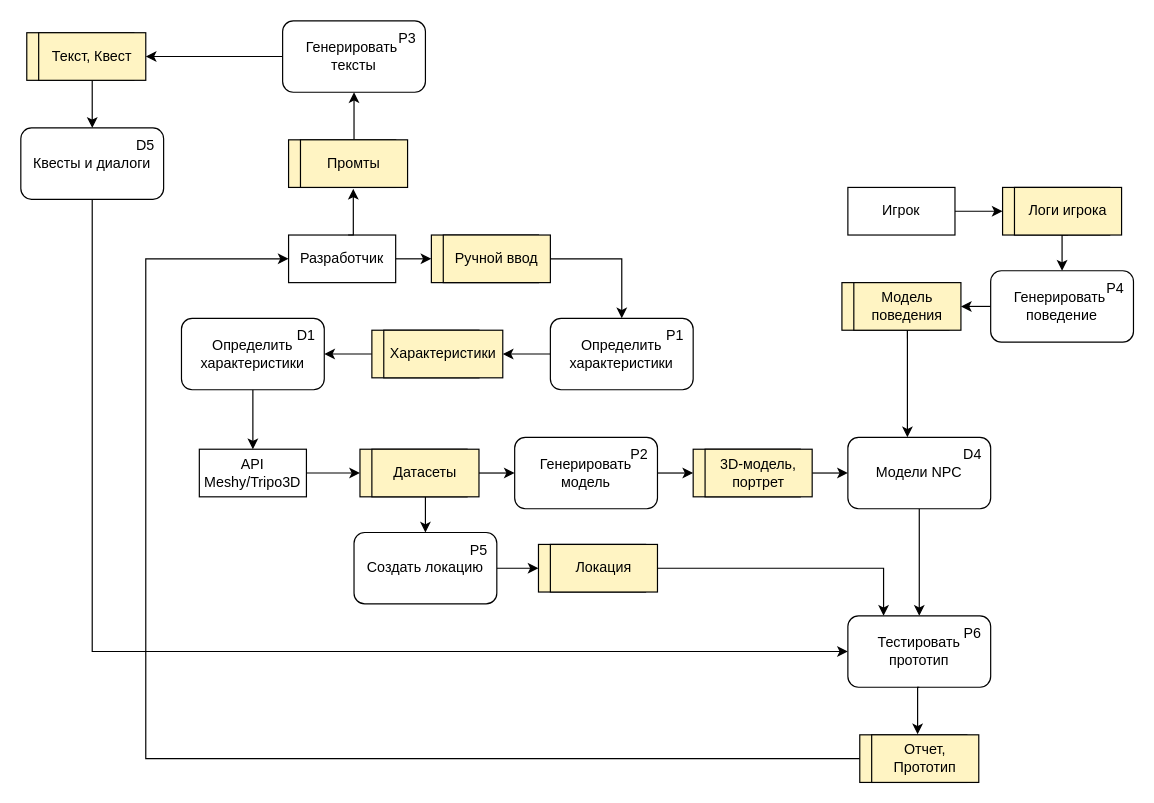
The draw.io diagram DFD(Гейна-Сарсона).drawio in Slavik993/Diplom_Shebanov_2026, before the edit. Source tidied: cells renumbered, new cells numbered last; positions are measured from the earlier drawing's top-left corner, leaving out a move shared by most shapes. Both pictures are drawn from the tidied source at 119%, with x=0, y=0 at pixel (20, 20).
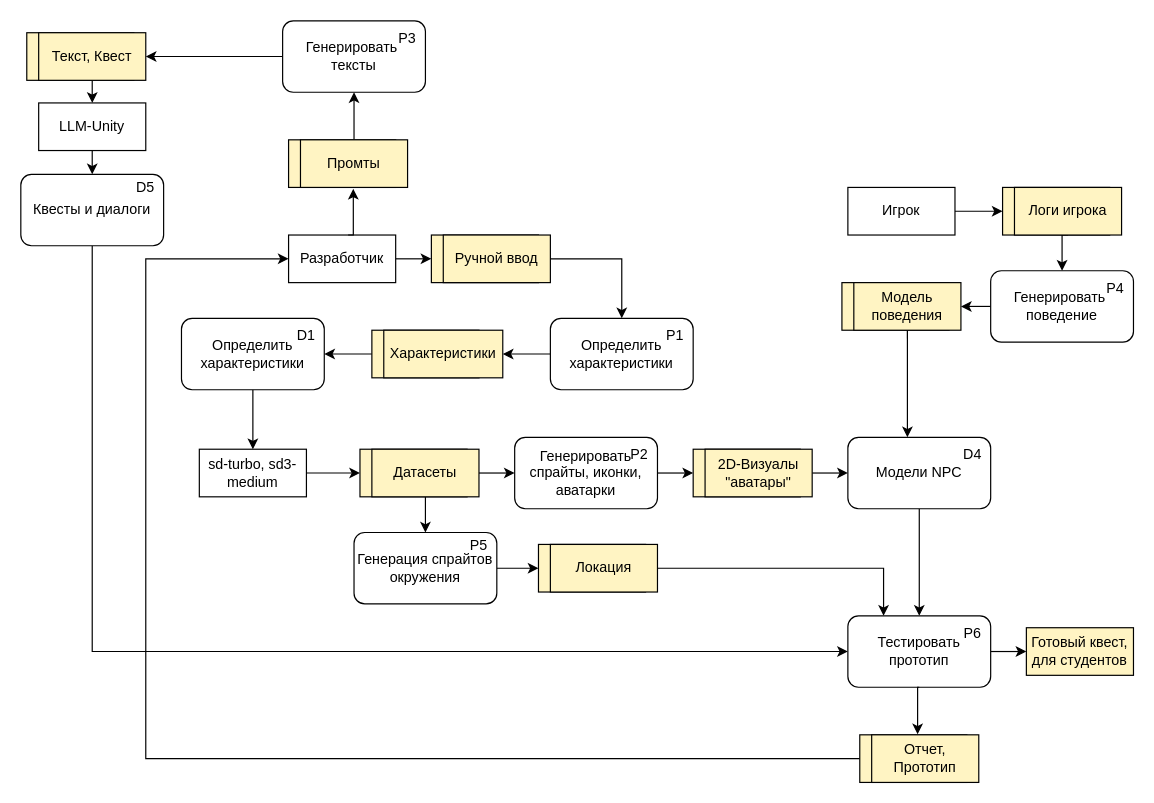
After the change.

Unchanged cells that the change refers to:
```xml
<mxCell id="40" value="Текст, Квест" style="rounded=0;whiteSpace=wrap;html=1;fillColor=#FFF4C3;" parent="1" vertex="1">
  <mxGeometry x="15" y="10" width="90" height="40" as="geometry" />
</mxCell>
<mxCell id="61" value="Тестировать прототип" style="rounded=1;whiteSpace=wrap;html=1;" parent="1" vertex="1">
  <mxGeometry x="695" y="500" width="120" height="60" as="geometry" />
</mxCell>
```

Change to the diagram source:
```diff
@@
-    <mxCell id="17" value="API Meshy/Tripo3D" style="rounded=0;whiteSpace=wrap;html=1;" parent="1" vertex="1">
+    <mxCell id="17" value="sd-turbo, sd3-medium" style="rounded=0;whiteSpace=wrap;html=1;" parent="1" vertex="1">
       <mxGeometry x="150" y="360" width="90" height="40" as="geometry" />
     </mxCell>
@@
-    <mxCell id="22" value="Генерировать модель" style="rounded=1;whiteSpace=wrap;html=1;" parent="1" vertex="1">
+    <mxCell id="22" value="Генерировать спрайты, иконки, аватарки" style="rounded=1;whiteSpace=wrap;html=1;" parent="1" vertex="1">
       <mxGeometry x="415" y="350" width="120" height="60" as="geometry" />
     </mxCell>
@@
-    <mxCell id="27" value="3D-модель,&lt;div&gt;портрет&lt;/div&gt;" style="rounded=0;whiteSpace=wrap;html=1;fillColor=#FFF4C3;" parent="1" vertex="1">
+    <mxCell id="27" value="2D-Визуалы&lt;br&gt;&quot;аватары&quot;" style="rounded=0;whiteSpace=wrap;html=1;fillColor=#FFF4C3;" parent="1" vertex="1">
       <mxGeometry x="575" y="360" width="90" height="40" as="geometry" />
     </mxCell>
@@
-    <mxCell id="39" style="edgeStyle=orthogonalEdgeStyle;rounded=0;jettySize=auto;html=1;exitX=0.5;exitY=1;exitDx=0;exitDy=0;entryX=0.5;entryY=0;entryDx=0;entryDy=0;" parent="1" edge="1" source="40" target="42">
-      <mxGeometry relative="1" as="geometry" />
-    </mxCell>
+    <mxCell id="67" style="edgeStyle=orthogonalEdgeStyle;rounded=0;jettySize=auto;html=1;exitX=0.5;exitY=1;exitDx=0;exitDy=0;entryX=0.5;entryY=0;entryDx=0;entryDy=0;" parent="1" edge="1" source="40" target="71">
+      <mxGeometry relative="1" as="geometry" />
+    </mxCell>
@@
     <mxCell id="42" value="Квесты и диалоги" style="rounded=1;whiteSpace=wrap;html=1;" parent="1" vertex="1">
-      <mxGeometry y="90" width="120" height="60" as="geometry" />
+      <mxGeometry y="129" width="120" height="60" as="geometry" />
     </mxCell>
     <mxCell id="43" value="D5" style="text;html=1;align=center;verticalAlign=middle;whiteSpace=wrap;rounded=0;" parent="1" vertex="1">
-      <mxGeometry x="90" y="90" width="30" height="30" as="geometry" />
+      <mxGeometry x="90" y="125" width="30" height="30" as="geometry" />
     </mxCell>
@@
-    <mxCell id="56" value="Создать локацию" style="rounded=1;whiteSpace=wrap;html=1;" parent="1" vertex="1">
+    <mxCell id="56" value="Генерация спрайтов окружения" style="rounded=1;whiteSpace=wrap;html=1;" parent="1" vertex="1">
       <mxGeometry x="280" y="430" width="120" height="60" as="geometry" />
     </mxCell>
     <mxCell id="57" value="P5" style="text;html=1;align=center;verticalAlign=middle;whiteSpace=wrap;rounded=0;" parent="1" vertex="1">
-      <mxGeometry x="370" y="430" width="30" height="30" as="geometry" />
+      <mxGeometry x="370" y="426" width="30" height="30" as="geometry" />
     </mxCell>
@@
+    <mxCell id="68" style="edgeStyle=orthogonalEdgeStyle;rounded=0;jettySize=auto;html=1;exitX=1;exitY=0.5;exitDx=0;exitDy=0;entryX=0;entryY=0.5;entryDx=0;entryDy=0;" parent="1" edge="1" source="61" target="69">
+      <mxGeometry relative="1" as="geometry" />
+    </mxCell>
@@
+    <mxCell id="69" value="Готовый квест, для студентов" style="rounded=0;whiteSpace=wrap;html=1;fillColor=#FFF4C3;" parent="1" vertex="1">
+      <mxGeometry x="845" y="510" width="90" height="40" as="geometry" />
+    </mxCell>
+    <mxCell id="70" style="edgeStyle=orthogonalEdgeStyle;rounded=0;jettySize=auto;html=1;exitX=0.5;exitY=1;exitDx=0;exitDy=0;entryX=0.5;entryY=0;entryDx=0;entryDy=0;" parent="1" edge="1" source="71" target="42">
+      <mxGeometry relative="1" as="geometry" />
+    </mxCell>
+    <mxCell id="71" value="LLM-Unity" style="rounded=0;whiteSpace=wrap;html=1;" parent="1" vertex="1">
+      <mxGeometry x="15" y="69" width="90" height="40" as="geometry" />
+    </mxCell>
```
